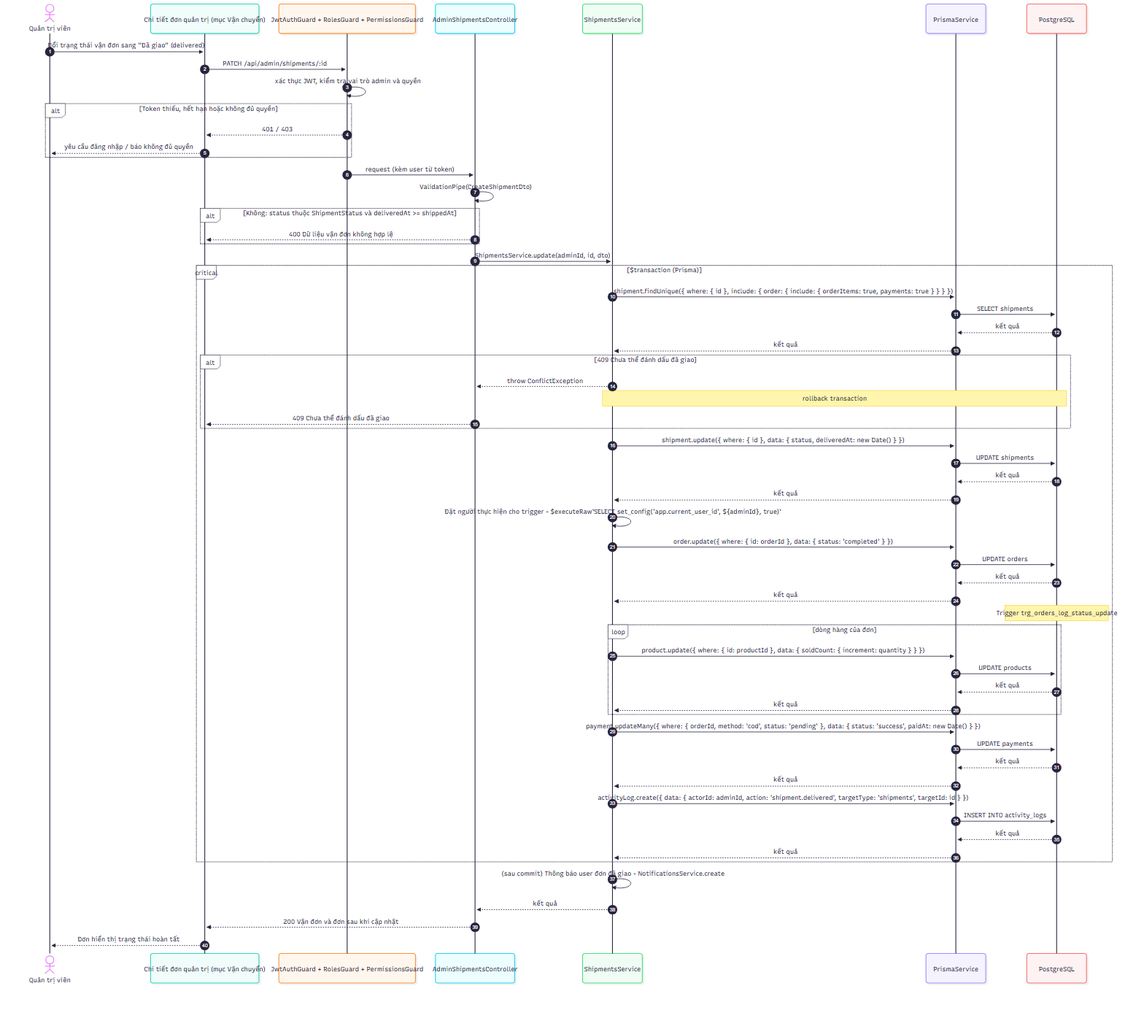
This is docs/diagrams/png/sequence_UC-ADM-25_quan-ly-van-chuyen.png from 2431540234-arch/XDUDTMDT, a Mermaid export, as it was before one commit. Its source is kept beside it as docs/diagrams/src/sequence_UC-ADM-25_quan-ly-van-chuyen.mmd.
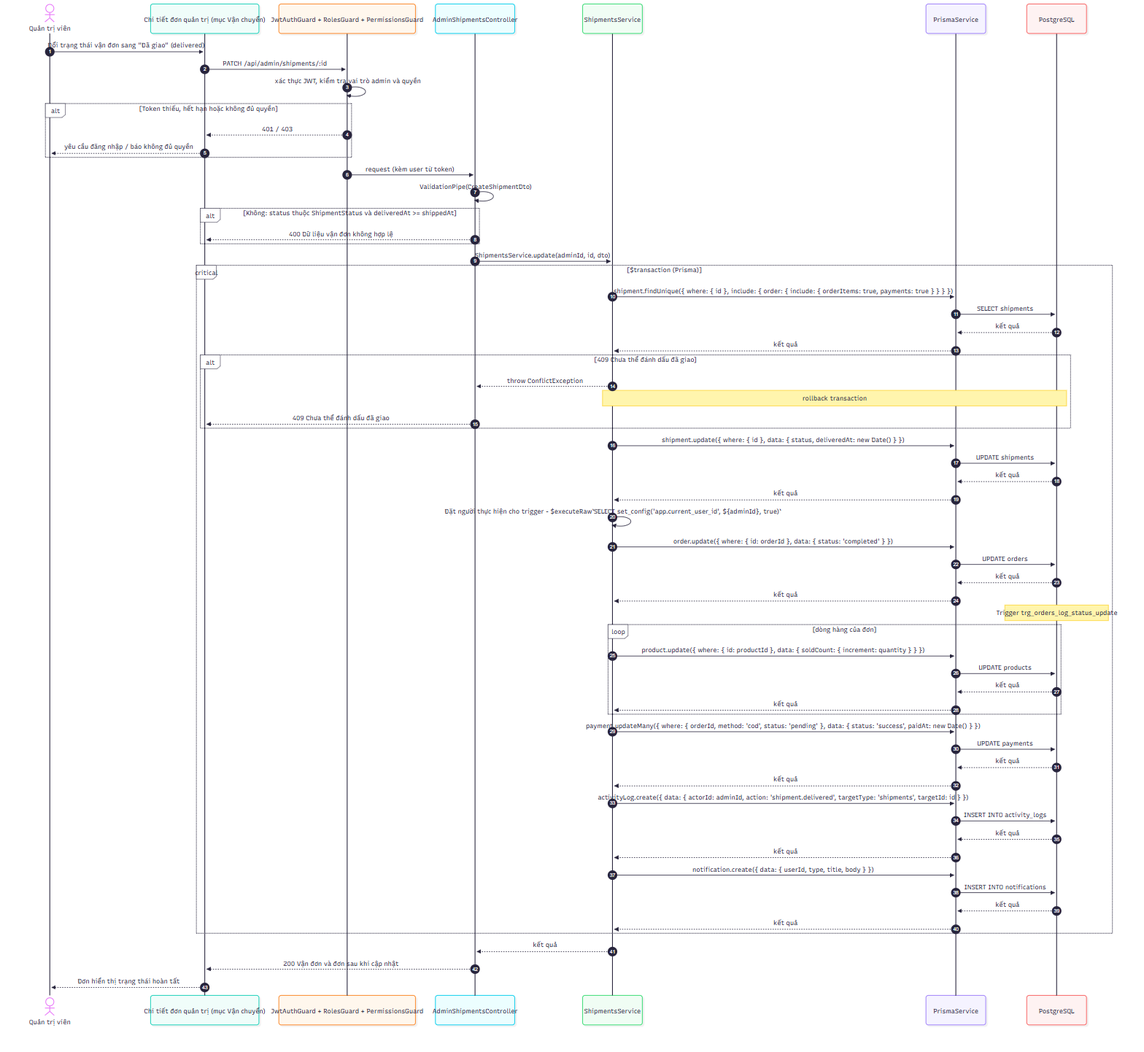
After the commit.

Change to the diagram source:
```diff
@@ -54,8 +54,11 @@
         P->>D: INSERT INTO activity_logs
         D-->>P: kết quả
         P-->>S: kết quả
+        S->>P: notification.create({ data: { userId, type, title, body } })
+        P->>D: INSERT INTO notifications
+        D-->>P: kết quả
+        P-->>S: kết quả
     end
-    S->>S: (sau commit) Thông báo user đơn đã giao - NotificationsService.create
     S-->>C: kết quả
     C-->>FE: 200 Vận đơn và đơn sau khi cập nhật
     FE-->>A: Đơn hiển thị trạng thái hoàn tất
```
